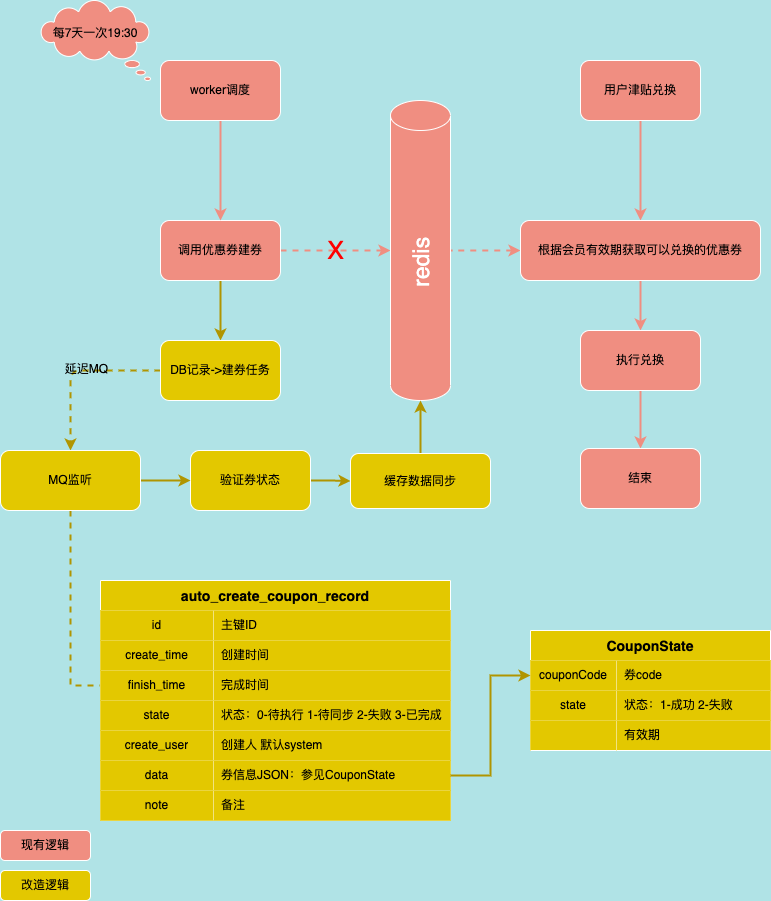
This is 自动建券.png from 845642761/diagram, a draw.io export, as it was before one commit. Source tidied: cells renumbered, new cells last; positions are measured from the earlier drawing's top-left corner, leaving out a move shared by most shapes.
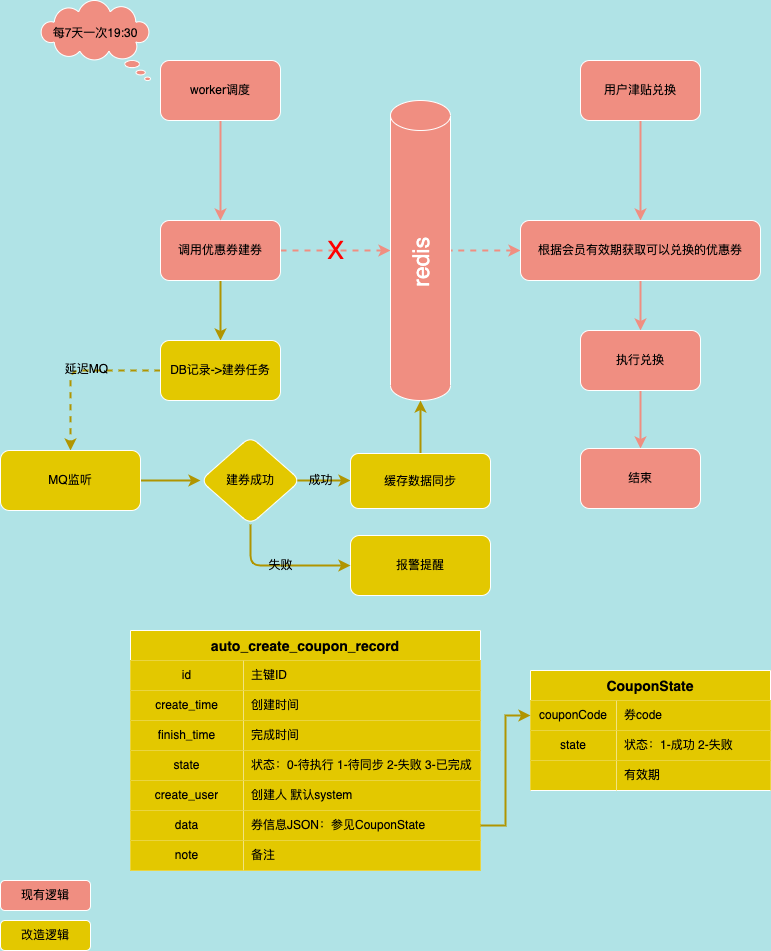
After the commit.

Commit message:
更新自动建券.png

What changed in the source:
```diff
@@ -47,12 +47,17 @@
     <mxCell id="16" value="worker调度" style="rounded=1;whiteSpace=wrap;html=1;sketch=0;fontColor=default;strokeColor=#FFFFFF;fillColor=#F08E81;" parent="1" vertex="1">
       <mxGeometry x="160" y="60" width="120" height="60" as="geometry" />
     </mxCell>
-    <mxCell id="17" style="edgeStyle=orthogonalEdgeStyle;curved=0;rounded=1;sketch=0;jettySize=auto;html=1;fontSize=12;fontColor=default;startArrow=none;startFill=0;strokeColor=#B09500;strokeWidth=2;fillColor=#e3c800;" parent="1" edge="1" source="18" target="20">
-      <mxGeometry relative="1" as="geometry" />
+    <mxCell id="17" style="edgeStyle=orthogonalEdgeStyle;curved=0;rounded=1;sketch=0;jettySize=auto;html=1;fontSize=12;fontColor=default;startArrow=none;startFill=0;strokeColor=#B09500;strokeWidth=2;fillColor=#e3c800;exitX=1;exitY=0.5;exitDx=0;exitDy=0;" parent="1" edge="1" source="66" target="20">
+      <mxGeometry relative="1" as="geometry">
+        <Array as="points">
+          <mxPoint x="290" y="480" />
+          <mxPoint x="290" y="480" />
+        </Array>
+      </mxGeometry>
     </mxCell>
-    <mxCell id="18" value="验证券状态" style="whiteSpace=wrap;html=1;fillColor=#e3c800;strokeColor=#FFFFFF;rounded=1;sketch=0;fontColor=#000000;" parent="1" vertex="1">
-      <mxGeometry x="190" y="450" width="120" height="60" as="geometry" />
-    </mxCell>
+    <mxCell id="62" value="成功" style="edgeLabel;html=1;align=center;verticalAlign=middle;labelBackgroundColor=none;" parent="17" vertex="1">
+      <mxGeometry x="0.11" y="1" relative="1" as="geometry" />
+    </mxCell>
     <mxCell id="19" style="edgeStyle=orthogonalEdgeStyle;curved=0;rounded=1;sketch=0;jettySize=auto;html=1;entryX=0.5;entryY=1;entryDx=0;entryDy=0;entryPerimeter=0;fontSize=12;fontColor=default;startArrow=none;startFill=0;strokeColor=#B09500;strokeWidth=2;fillColor=#e3c800;" parent="1" edge="1" source="20" target="14">
       <mxGeometry relative="1" as="geometry" />
     </mxCell>
@@ -60,10 +65,10 @@
       <mxGeometry x="350" y="453" width="140" height="55" as="geometry" />
     </mxCell>
     <mxCell id="21" value="现有逻辑" style="rounded=1;whiteSpace=wrap;html=1;labelBackgroundColor=none;sketch=0;fontSize=12;fontColor=#000000;strokeColor=#FFFFFF;fillColor=#F08E81;" parent="1" vertex="1">
-      <mxGeometry y="830" width="90" height="30" as="geometry" />
+      <mxGeometry y="880" width="90" height="30" as="geometry" />
     </mxCell>
     <mxCell id="22" value="改造逻辑" style="rounded=1;whiteSpace=wrap;html=1;labelBackgroundColor=none;sketch=0;fontSize=12;fontColor=#000000;strokeColor=#FFFFFF;fillColor=#e3c800;" parent="1" vertex="1">
-      <mxGeometry y="870" width="90" height="30" as="geometry" />
+      <mxGeometry y="920" width="90" height="30" as="geometry" />
     </mxCell>
     <mxCell id="23" style="edgeStyle=orthogonalEdgeStyle;curved=0;rounded=1;sketch=0;jettySize=auto;html=1;labelBackgroundColor=default;fontSize=12;fontColor=default;startArrow=none;startFill=0;endArrow=classic;endFill=1;strokeColor=#B09500;strokeWidth=2;fillColor=#e3c800;dashed=1;" parent="1" edge="1" source="25" target="28">
       <mxGeometry relative="1" as="geometry" />
@@ -74,17 +79,14 @@
     <mxCell id="25" value="DB记录-&amp;gt;建券任务" style="whiteSpace=wrap;html=1;fillColor=#e3c800;strokeColor=#FFFFFF;rounded=1;sketch=0;fontColor=#000000;" parent="1" vertex="1">
       <mxGeometry x="160" y="340" width="120" height="60" as="geometry" />
     </mxCell>
-    <mxCell id="26" style="edgeStyle=orthogonalEdgeStyle;curved=0;rounded=1;sketch=0;jettySize=auto;html=1;entryX=0;entryY=0.5;entryDx=0;entryDy=0;labelBackgroundColor=default;fontSize=12;fontColor=default;startArrow=none;startFill=0;endArrow=classic;endFill=1;strokeColor=#B09500;strokeWidth=2;fillColor=#e3c800;" parent="1" edge="1" source="28" target="18">
+    <mxCell id="26" style="edgeStyle=orthogonalEdgeStyle;curved=0;rounded=1;sketch=0;jettySize=auto;html=1;entryX=0;entryY=0.5;entryDx=0;entryDy=0;labelBackgroundColor=default;fontSize=12;fontColor=default;startArrow=none;startFill=0;endArrow=classic;endFill=1;strokeColor=#B09500;strokeWidth=2;fillColor=#e3c800;" parent="1" edge="1" source="28" target="66">
       <mxGeometry relative="1" as="geometry" />
     </mxCell>
-    <mxCell id="27" style="edgeStyle=orthogonalEdgeStyle;rounded=0;jettySize=auto;html=1;entryX=0;entryY=0.5;entryDx=0;entryDy=0;fontSize=12;fontColor=#FFFFFF;strokeColor=#B09500;strokeWidth=2;dashed=1;startArrow=none;startFill=0;endArrow=none;endFill=0;" parent="1" edge="1" source="28" target="36">
-      <mxGeometry relative="1" as="geometry" />
-    </mxCell>
     <mxCell id="28" value="MQ监听" style="whiteSpace=wrap;html=1;fillColor=#e3c800;strokeColor=#FFFFFF;rounded=1;sketch=0;fontColor=#000000;" parent="1" vertex="1">
       <mxGeometry y="450" width="140" height="60" as="geometry" />
     </mxCell>
     <mxCell id="29" value="auto_create_coupon_record" style="shape=table;startSize=30;rowLines=0;fontStyle=1;fontSize=14;fillColor=#e3c800;strokeColor=#FFFFFF;fontColor=#000000;separatorColor=#FFFFFF;" parent="1" vertex="1">
-      <mxGeometry x="100" y="580" width="350" height="240" as="geometry" />
+      <mxGeometry x="130" y="630" width="350" height="240" as="geometry" />
     </mxCell>
     <mxCell id="30" style="shape=tableRow;horizontal=0;startSize=0;swimlaneHead=0;swimlaneBody=0;top=0;left=0;bottom=0;right=0;fillColor=#e3c800;fontSize=25;strokeColor=#B09500;fontColor=#000000;" parent="29" vertex="1">
       <mxGeometry y="30" width="350" height="30" as="geometry" />
@@ -150,7 +152,7 @@
       <mxGeometry x="113" width="237" height="30" as="geometry" />
     </mxCell>
     <mxCell id="51" value="CouponState" style="shape=table;startSize=30;rowLines=0;fontStyle=1;fontSize=14;fillColor=#e3c800;strokeColor=#FFFFFF;fontColor=#000000;separatorColor=#FFFFFF;" parent="1" vertex="1">
-      <mxGeometry x="530" y="630" width="240" height="120" as="geometry" />
+      <mxGeometry x="530" y="670" width="240" height="120" as="geometry" />
     </mxCell>
     <mxCell id="52" style="shape=tableRow;horizontal=0;startSize=0;swimlaneHead=0;swimlaneBody=0;top=0;left=0;bottom=0;right=0;fillColor=#e3c800;points=[[0,0.5],[1,0.5]];portConstraint=eastwest;fontSize=25;strokeColor=#B09500;fontColor=#000000;" parent="51" vertex="1">
       <mxGeometry y="30" width="240" height="30" as="geometry" />
@@ -182,5 +184,19 @@
     <mxCell id="61" style="edgeStyle=orthogonalEdgeStyle;rounded=0;jettySize=auto;html=1;entryX=0;entryY=0.5;entryDx=0;entryDy=0;fontSize=12;fontColor=#FFFFFF;strokeColor=#B09500;strokeWidth=2;" parent="1" edge="1" source="45" target="52">
       <mxGeometry relative="1" as="geometry" />
     </mxCell>
+    <mxCell id="63" value="报警提醒" style="whiteSpace=wrap;html=1;fillColor=#e3c800;strokeColor=#FFFFFF;fontColor=#000000;rounded=1;sketch=0;" parent="1" vertex="1">
+      <mxGeometry x="350" y="535" width="140" height="60" as="geometry" />
+    </mxCell>
+    <mxCell id="64" style="edgeStyle=orthogonalEdgeStyle;rounded=1;jettySize=auto;html=1;entryX=0;entryY=0.5;entryDx=0;entryDy=0;exitX=0.5;exitY=1;exitDx=0;exitDy=0;fontSize=12;strokeColor=#B09500;sketch=0;startArrow=none;startFill=0;strokeWidth=2;fillColor=#e3c800;" parent="1" edge="1" source="66" target="63">
+      <mxGeometry relative="1" as="geometry" />
+    </mxCell>
+    <mxCell id="65" value="失败" style="edgeLabel;html=1;align=center;verticalAlign=middle;labelBackgroundColor=none;" parent="64" vertex="1">
+      <mxGeometry x="-0.02" y="2" relative="1" as="geometry">
+        <mxPoint x="1" y="1" as="offset" />
+      </mxGeometry>
+    </mxCell>
+    <mxCell id="66" value="建券成功" style="rhombus;whiteSpace=wrap;html=1;fillColor=#e3c800;strokeColor=#FFFFFF;fontColor=#000000;rounded=1;sketch=0;" parent="1" vertex="1">
+      <mxGeometry x="200" y="436" width="100" height="88" as="geometry" />
+    </mxCell>
   </root>
 </mxGraphModel>
```
